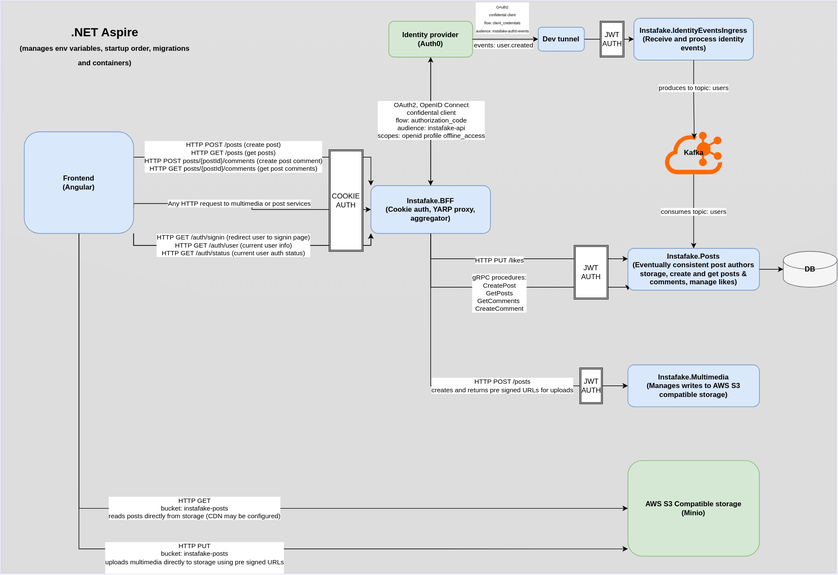
Earlier version of the draw.io export local_dev_architecture.svg (blazkaro/Instafake). Source tidied: cells renumbered, new cells last; positions are measured from the earlier drawing's top-left corner, leaving out a move shared by most shapes.
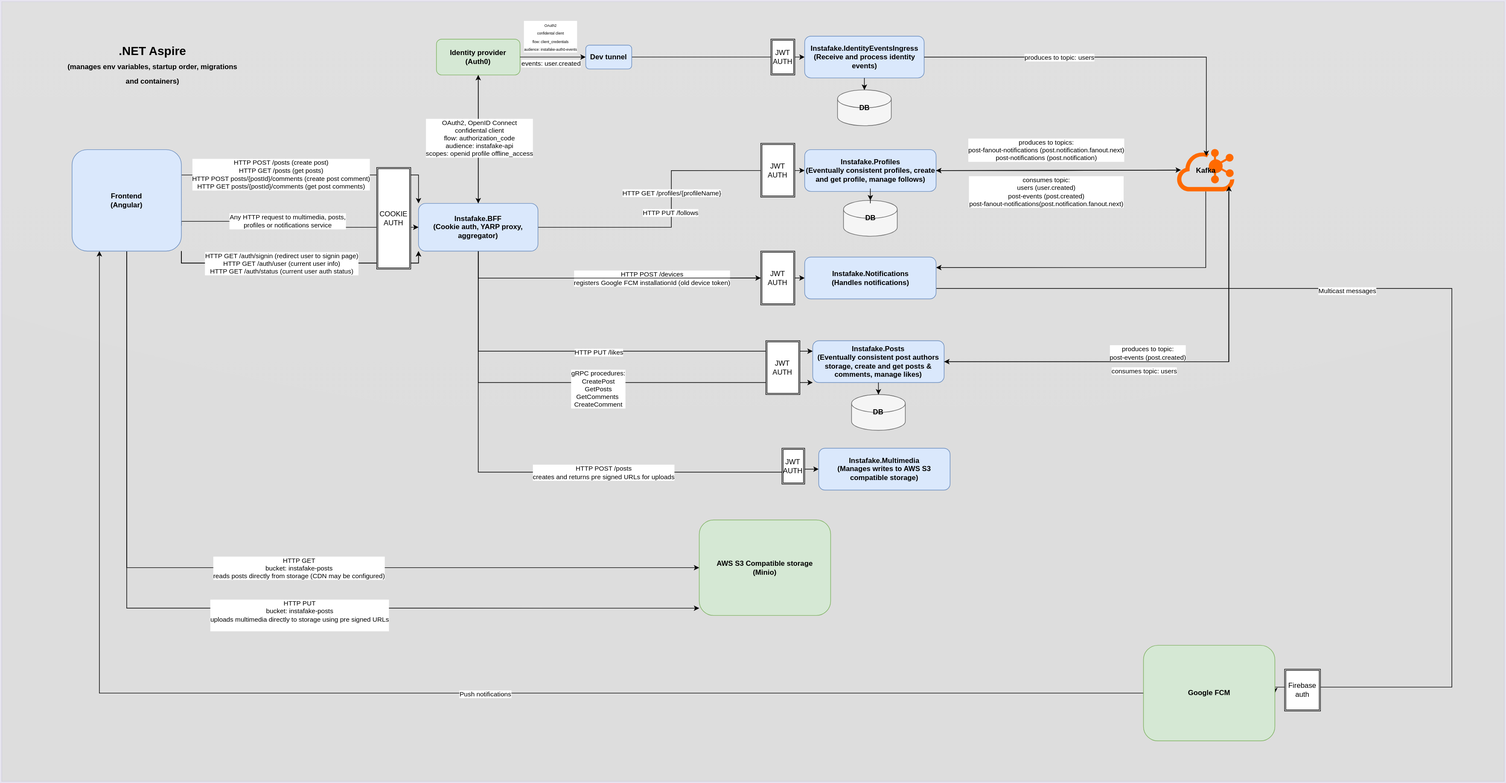
After the change.

What changed in the source:
```diff
@@ -3,7 +3,7 @@
     <mxCell id="0" />
     <mxCell id="1" parent="0" />
     <mxCell id="2" value="&lt;div style=&quot;line-height: 60%;&quot;&gt;&lt;br&gt;&lt;/div&gt;" style="shape=ext;double=1;rounded=0;whiteSpace=wrap;html=1;fillColor=#4D4D4D;fontColor=#ffffff;strokeColor=#3700CC;opacity=10;align=left;textOpacity=90;labelBackgroundColor=none;glass=1;shadow=0;" parent="1" vertex="1">
-      <mxGeometry width="1400" height="960" as="geometry" />
+      <mxGeometry x="-80" y="-30" width="2520" height="1310" as="geometry" />
     </mxCell>
     <mxCell id="3" style="edgeStyle=orthogonalEdgeStyle;rounded=0;jettySize=auto;html=1;entryX=0.5;entryY=1;entryDx=0;entryDy=0;" parent="1" edge="1" source="10" target="14">
       <mxGeometry relative="1" as="geometry" />
@@ -11,13 +11,14 @@
     <mxCell id="4" style="edgeStyle=orthogonalEdgeStyle;rounded=0;jettySize=auto;html=1;entryX=0;entryY=1;entryDx=0;entryDy=0;" parent="1" edge="1" source="10" target="21">
       <mxGeometry relative="1" as="geometry">
         <Array as="points">
-          <mxPoint x="720" y="480" />
+          <mxPoint x="720" y="610" />
+          <mxPoint x="1256" y="610" />
         </Array>
       </mxGeometry>
     </mxCell>
     <mxCell id="5" value="gRPC procedures:&lt;div&gt;CreatePost&lt;div&gt;GetPosts&lt;/div&gt;&lt;div&gt;GetComments&amp;nbsp;&lt;/div&gt;&lt;div&gt;CreateComment&lt;/div&gt;&lt;/div&gt;" style="edgeLabel;html=1;align=center;verticalAlign=middle;" parent="4" vertex="1">
       <mxGeometry x="-0.38" y="-1" relative="1" as="geometry">
-        <mxPoint x="73" y="9" as="offset" />
+        <mxPoint x="179" y="9" as="offset" />
       </mxGeometry>
     </mxCell>
     <mxCell id="6" style="edgeStyle=orthogonalEdgeStyle;rounded=0;jettySize=auto;html=1;exitX=0.5;exitY=1;exitDx=0;exitDy=0;entryX=0;entryY=0.25;entryDx=0;entryDy=0;" parent="1" edge="1" source="10" target="21">
@@ -29,13 +30,34 @@
       </mxGeometry>
     </mxCell>
     <mxCell id="8" style="edgeStyle=orthogonalEdgeStyle;rounded=0;jettySize=auto;html=1;entryX=0;entryY=0.5;entryDx=0;entryDy=0;exitX=0.5;exitY=1;exitDx=0;exitDy=0;" parent="1" edge="1" source="10" target="28">
-      <mxGeometry relative="1" as="geometry" />
+      <mxGeometry relative="1" as="geometry">
+        <Array as="points">
+          <mxPoint x="720" y="760" />
+          <mxPoint x="1256" y="760" />
+        </Array>
+      </mxGeometry>
     </mxCell>
     <mxCell id="9" value="HTTP POST /posts&lt;div&gt;creates and returns pre signed URLs for uploads&lt;/div&gt;" style="edgeLabel;html=1;align=center;verticalAlign=middle;" parent="8" vertex="1">
       <mxGeometry x="0.13" y="2" relative="1" as="geometry">
         <mxPoint x="43" y="2" as="offset" />
       </mxGeometry>
     </mxCell>
+    <mxCell id="47" style="edgeStyle=orthogonalEdgeStyle;rounded=0;jettySize=auto;html=1;entryX=0;entryY=0.5;entryDx=0;entryDy=0;" parent="1" edge="1" source="10" target="55">
+      <mxGeometry relative="1" as="geometry" />
+    </mxCell>
+    <mxCell id="48" value="HTTP GET /profiles/{profileName}" style="edgeLabel;html=1;align=center;verticalAlign=middle;" parent="47" vertex="1">
+      <mxGeometry x="0.04" relative="1" as="geometry" />
+    </mxCell>
+    <mxCell id="49" value="HTTP PUT /follows" style="edgeLabel;html=1;align=center;verticalAlign=middle;" parent="47" vertex="1">
+      <mxGeometry x="-0.08" y="2" relative="1" as="geometry" />
+    </mxCell>
+    <mxCell id="50" style="edgeStyle=orthogonalEdgeStyle;rounded=0;jettySize=auto;html=1;entryX=0;entryY=0.5;entryDx=0;entryDy=0;" parent="1" edge="1" source="72" target="61">
+      <mxGeometry relative="1" as="geometry">
+        <Array as="points">
+          <mxPoint x="720" y="435" />
+        </Array>
+      </mxGeometry>
+    </mxCell>
     <mxCell id="10" value="&lt;b&gt;Instafake.BFF&lt;/b&gt;&lt;div&gt;&lt;b&gt;(Cookie auth, YARP proxy, aggregator)&lt;/b&gt;&lt;/div&gt;" style="rounded=1;whiteSpace=wrap;html=1;fillColor=#dae8fc;strokeColor=#6c8ebf;" parent="1" vertex="1">
       <mxGeometry x="620" y="310" width="200" height="80" as="geometry" />
     </mxCell>
@@ -52,18 +74,28 @@
       <mxGeometry x="650" y="35" width="140" height="60" as="geometry" />
     </mxCell>
     <mxCell id="15" value="&lt;b&gt;Instafake.IdentityEventsIngress&lt;br&gt;(Receive and process identity events)&lt;/b&gt;" style="rounded=1;whiteSpace=wrap;html=1;fillColor=#dae8fc;strokeColor=#6c8ebf;" parent="1" vertex="1">
-      <mxGeometry x="1060" y="30" width="200" height="70" as="geometry" />
+      <mxGeometry x="1266.5" y="30" width="200" height="70" as="geometry" />
     </mxCell>
-    <mxCell id="16" style="edgeStyle=orthogonalEdgeStyle;rounded=0;jettySize=auto;html=1;" parent="1" edge="1" source="18" target="21">
+    <mxCell id="16" style="edgeStyle=orthogonalEdgeStyle;rounded=0;jettySize=auto;html=1;entryX=1;entryY=0.5;entryDx=0;entryDy=0;exitX=0.901;exitY=1.002;exitDx=0;exitDy=0;exitPerimeter=0;" parent="1" edge="1" source="18" target="21">
       <mxGeometry relative="1" as="geometry" />
     </mxCell>
     <mxCell id="17" value="consumes topic: users" style="edgeLabel;html=1;align=center;verticalAlign=middle;" parent="16" vertex="1">
       <mxGeometry x="0.1" y="1" relative="1" as="geometry">
-        <mxPoint x="-1" y="-6" as="offset" />
+        <mxPoint x="-8" y="14" as="offset" />
       </mxGeometry>
     </mxCell>
+    <mxCell id="51" style="edgeStyle=orthogonalEdgeStyle;rounded=0;jettySize=auto;html=1;" parent="1" edge="1" source="18" target="55">
+      <mxGeometry relative="1" as="geometry" />
+    </mxCell>
+    <mxCell id="52" style="edgeStyle=orthogonalEdgeStyle;rounded=0;jettySize=auto;html=1;entryX=1;entryY=0.25;entryDx=0;entryDy=0;" parent="1" edge="1" source="18" target="61">
+      <mxGeometry relative="1" as="geometry">
+        <Array as="points">
+          <mxPoint x="1938" y="418" />
+        </Array>
+      </mxGeometry>
+    </mxCell>
     <mxCell id="18" value="&lt;b&gt;Kafka&lt;/b&gt;" style="points=[];html=1;align=center;shadow=0;dashed=0;fillColor=#FF6A00;strokeColor=none;shape=mxgraph.alibaba_cloud.kafka;" parent="1" vertex="1">
-      <mxGeometry x="1112.1" y="220" width="95.8" height="71" as="geometry" />
+      <mxGeometry x="1890" y="219" width="95.8" height="71" as="geometry" />
     </mxCell>
     <mxCell id="19" style="edgeStyle=orthogonalEdgeStyle;rounded=0;jettySize=auto;html=1;entryX=0.51;entryY=0.163;entryDx=0;entryDy=0;entryPerimeter=0;" parent="1" edge="1" source="15" target="18">
       <mxGeometry relative="1" as="geometry" />
@@ -72,7 +104,7 @@
       <mxGeometry x="-0.29" relative="1" as="geometry" />
     </mxCell>
     <mxCell id="21" value="&lt;b&gt;Instafake.Posts&lt;/b&gt;&lt;div&gt;&lt;b&gt;(Eventually consistent post authors storage, create and get posts &amp;amp; comments, manage likes)&lt;/b&gt;&lt;/div&gt;" style="rounded=1;whiteSpace=wrap;html=1;fillColor=#dae8fc;strokeColor=#6c8ebf;" parent="1" vertex="1">
-      <mxGeometry x="1050" y="415" width="220" height="70" as="geometry" />
+      <mxGeometry x="1280" y="540" width="220" height="70" as="geometry" />
     </mxCell>
     <mxCell id="22" style="edgeStyle=orthogonalEdgeStyle;rounded=0;jettySize=auto;html=1;entryX=0;entryY=0.5;entryDx=0;entryDy=0;" parent="1" edge="1" source="14" target="24">
       <mxGeometry relative="1" as="geometry" />
@@ -86,29 +118,26 @@
       <mxGeometry x="900" y="45" width="77" height="40" as="geometry" />
     </mxCell>
     <mxCell id="25" value="JWT AUTH" style="shape=ext;double=1;rounded=0;whiteSpace=wrap;html=1;" parent="1" vertex="1">
-      <mxGeometry x="960" y="410" width="57" height="90" as="geometry" />
+      <mxGeometry x="1201.5" y="540" width="57" height="90" as="geometry" />
     </mxCell>
     <mxCell id="26" value="&lt;b&gt;DB&lt;/b&gt;" style="shape=cylinder3;whiteSpace=wrap;html=1;fillColor=#f5f5f5;strokeColor=#666666;" parent="1" vertex="1">
-      <mxGeometry x="1310" y="420" width="90" height="60" as="geometry" />
+      <mxGeometry x="1345" y="630" width="90" height="60" as="geometry" />
     </mxCell>
-    <mxCell id="27" style="edgeStyle=orthogonalEdgeStyle;rounded=0;jettySize=auto;html=1;entryX=0;entryY=0.5;entryDx=0;entryDy=0;entryPerimeter=0;" parent="1" edge="1" source="21" target="26">
-      <mxGeometry relative="1" as="geometry" />
-    </mxCell>
     <mxCell id="28" value="&lt;b&gt;Instafake.Multimedia&lt;/b&gt;&lt;div&gt;&lt;b&gt;(Manages writes to AWS S3 compatible storage)&lt;/b&gt;&lt;/div&gt;" style="rounded=1;whiteSpace=wrap;html=1;fillColor=#dae8fc;strokeColor=#6c8ebf;" parent="1" vertex="1">
-      <mxGeometry x="1050" y="610" width="220" height="70" as="geometry" />
+      <mxGeometry x="1290" y="720" width="220" height="70" as="geometry" />
     </mxCell>
     <mxCell id="29" value="JWT AUTH" style="shape=ext;double=1;rounded=0;whiteSpace=wrap;html=1;" parent="1" vertex="1">
-      <mxGeometry x="969.5" y="615" width="38" height="60" as="geometry" />
+      <mxGeometry x="1228.5" y="720" width="38" height="60" as="geometry" />
     </mxCell>
     <mxCell id="30" value="&lt;b&gt;AWS S3 Compatible storage&lt;/b&gt;&lt;div&gt;&lt;b&gt;(Minio)&lt;/b&gt;&lt;/div&gt;" style="rounded=1;whiteSpace=wrap;html=1;fillColor=#D5E8D4;strokeColor=#82B366;" parent="1" vertex="1">
-      <mxGeometry x="1050" y="770" width="220" height="160" as="geometry" />
+      <mxGeometry x="1090" y="840" width="220" height="160" as="geometry" />
     </mxCell>
     <mxCell id="31" style="edgeStyle=orthogonalEdgeStyle;rounded=0;jettySize=auto;html=1;entryX=0;entryY=0.924;entryDx=0;entryDy=0;exitX=0.5;exitY=1;exitDx=0;exitDy=0;entryPerimeter=0;" parent="1" edge="1" source="42" target="30">
       <mxGeometry relative="1" as="geometry" />
     </mxCell>
     <mxCell id="32" value="HTTP PUT&lt;br&gt;bucket: instafake-posts&lt;div&gt;uploads multimedia directly to storage using pre signed URLs&lt;br&gt;&lt;br&gt;&lt;/div&gt;" style="edgeLabel;html=1;align=center;verticalAlign=middle;" parent="31" vertex="1">
       <mxGeometry x="-0.11" y="-1" relative="1" as="geometry">
-        <mxPoint x="78" y="14" as="offset" />
+        <mxPoint x="195" y="11" as="offset" />
       </mxGeometry>
     </mxCell>
     <mxCell id="33" style="edgeStyle=orthogonalEdgeStyle;rounded=0;jettySize=auto;html=1;entryX=0;entryY=0.5;entryDx=0;entryDy=0;exitX=0.5;exitY=1;exitDx=0;exitDy=0;" parent="1" edge="1" source="42" target="30">
@@ -116,7 +145,7 @@
     </mxCell>
     <mxCell id="34" value="HTTP GET&lt;br&gt;bucket: instafake-posts&lt;br&gt;reads posts directly from storage (CDN may be configured)" style="edgeLabel;html=1;align=center;verticalAlign=middle;" parent="33" vertex="1">
       <mxGeometry x="-0.11" y="2" relative="1" as="geometry">
-        <mxPoint x="40" y="2" as="offset" />
+        <mxPoint x="156" y="2" as="offset" />
       </mxGeometry>
     </mxCell>
     <mxCell id="35" style="edgeStyle=orthogonalEdgeStyle;rounded=0;jettySize=auto;html=1;entryX=0;entryY=1;entryDx=0;entryDy=0;exitX=1;exitY=1;exitDx=0;exitDy=0;" parent="1" edge="1" source="42" target="10">
@@ -147,7 +176,7 @@
         </Array>
       </mxGeometry>
     </mxCell>
-    <mxCell id="41" value="Any HTTP request to multimedia or post services" style="edgeLabel;html=1;align=center;verticalAlign=middle;" parent="40" vertex="1">
+    <mxCell id="41" value="Any HTTP request to multimedia, posts, &lt;br&gt;profiles or notifications service" style="edgeLabel;html=1;align=center;verticalAlign=middle;" parent="40" vertex="1">
       <mxGeometry x="0.03" y="2" relative="1" as="geometry">
         <mxPoint x="-23" y="-9" as="offset" />
       </mxGeometry>
@@ -162,10 +191,90 @@
       <mxGeometry x="20" y="15" width="310" height="125" as="geometry" />
     </mxCell>
     <mxCell id="45" value="JWT AUTH" style="shape=ext;double=1;rounded=0;whiteSpace=wrap;html=1;" parent="1" vertex="1">
-      <mxGeometry x="1003.5" y="35" width="40" height="60" as="geometry" />
+      <mxGeometry x="1210" y="35" width="40" height="60" as="geometry" />
     </mxCell>
     <mxCell id="46" value="&lt;font style=&quot;font-size: 6px;&quot;&gt;OAuth2&lt;/font&gt;&lt;div&gt;&lt;font style=&quot;font-size: 6px;&quot;&gt;confidental client&lt;br&gt;&lt;/font&gt;&lt;div&gt;&lt;font style=&quot;font-size: 6px;&quot;&gt;flow: client_credentials&lt;br&gt;&lt;/font&gt;&lt;/div&gt;&lt;/div&gt;&lt;div&gt;&lt;font style=&quot;font-size: 6px;&quot;&gt;audience: instafake-auth0-events&lt;/font&gt;&lt;/div&gt;" style="edgeLabel;html=1;align=center;verticalAlign=middle;" parent="1" vertex="1">
       <mxGeometry x="840" y="30" as="geometry" />
     </mxCell>
+    <mxCell id="53" value="produces to topics: &lt;br&gt;post-fanout-notifications (post.notification.fanout.next)&lt;br&gt;post-notifications (post.notification)" style="edgeLabel;html=1;align=center;verticalAlign=middle;" parent="1" vertex="1">
+      <mxGeometry x="1670" y="220" as="geometry" />
+    </mxCell>
+    <mxCell id="54" value="consumes topic:&lt;br&gt;users (user.created)&lt;br&gt;post-events (post.created)&lt;br&gt;post-fanout-notifications(post.notification.fanout.next)" style="edgeLabel;html=1;align=center;verticalAlign=middle;" parent="1" vertex="1">
+      <mxGeometry x="1670" y="290" as="geometry" />
+    </mxCell>
+    <mxCell id="55" value="&lt;b&gt;Instafake.Profiles&lt;/b&gt;&lt;div&gt;&lt;b&gt;(Eventually consistent profiles, create and get profile, manage follows)&lt;/b&gt;&lt;/div&gt;" style="rounded=1;whiteSpace=wrap;html=1;fillColor=#dae8fc;strokeColor=#6c8ebf;" parent="1" vertex="1">
+      <mxGeometry x="1266.5" y="220" width="220" height="70" as="geometry" />
+    </mxCell>
+    <mxCell id="56" style="edgeStyle=orthogonalEdgeStyle;rounded=0;jettySize=auto;html=1;entryX=0.068;entryY=0.495;entryDx=0;entryDy=0;entryPerimeter=0;" parent="1" edge="1" source="55" target="18">
+      <mxGeometry relative="1" as="geometry" />
+    </mxCell>
+    <mxCell id="57" value="&lt;b&gt;DB&lt;/b&gt;" style="shape=cylinder3;whiteSpace=wrap;html=1;fillColor=#f5f5f5;strokeColor=#666666;" parent="1" vertex="1">
+      <mxGeometry x="1331.5" y="305" width="90" height="60" as="geometry" />
+    </mxCell>
+    <mxCell id="58" style="edgeStyle=orthogonalEdgeStyle;rounded=0;jettySize=auto;html=1;entryX=0.5;entryY=0;entryDx=0;entryDy=0;entryPerimeter=0;" parent="1" edge="1" source="55" target="57">
+      <mxGeometry relative="1" as="geometry" />
+    </mxCell>
+    <mxCell id="27" style="edgeStyle=orthogonalEdgeStyle;rounded=0;jettySize=auto;html=1;entryX=0.5;entryY=0;entryDx=0;entryDy=0;entryPerimeter=0;" parent="1" edge="1" source="21" target="26">
+      <mxGeometry relative="1" as="geometry" />
+    </mxCell>
+    <mxCell id="59" style="edgeStyle=orthogonalEdgeStyle;rounded=0;jettySize=auto;html=1;entryX=1;entryY=0.5;entryDx=0;entryDy=0;exitX=1;exitY=0.75;exitDx=0;exitDy=0;" parent="1" edge="1" source="61" target="66">
+      <mxGeometry relative="1" as="geometry">
+        <Array as="points">
+          <mxPoint x="2350" y="453" />
+          <mxPoint x="2350" y="1120" />
+          <mxPoint x="2054" y="1120" />
+        </Array>
+      </mxGeometry>
+    </mxCell>
+    <mxCell id="60" value="Multicast messages" style="edgeLabel;html=1;align=center;verticalAlign=middle;" parent="59" vertex="1">
+      <mxGeometry x="-0.25" y="-4" relative="1" as="geometry" />
+    </mxCell>
+    <mxCell id="61" value="&lt;b&gt;Instafake.Notifications&lt;/b&gt;&lt;div&gt;&lt;b&gt;(Handles notifications)&lt;/b&gt;&lt;/div&gt;" style="rounded=1;whiteSpace=wrap;html=1;fillColor=#dae8fc;strokeColor=#6c8ebf;" parent="1" vertex="1">
+      <mxGeometry x="1266.5" y="400" width="220" height="70" as="geometry" />
+    </mxCell>
+    <mxCell id="62" value="&lt;b&gt;DB&lt;/b&gt;" style="shape=cylinder3;whiteSpace=wrap;html=1;fillColor=#f5f5f5;strokeColor=#666666;" parent="1" vertex="1">
+      <mxGeometry x="1321.5" y="120" width="90" height="60" as="geometry" />
+    </mxCell>
+    <mxCell id="63" style="edgeStyle=orthogonalEdgeStyle;rounded=0;jettySize=auto;html=1;entryX=0.5;entryY=0;entryDx=0;entryDy=0;entryPerimeter=0;" parent="1" edge="1" source="15" target="62">
+      <mxGeometry relative="1" as="geometry" />
+    </mxCell>
+    <mxCell id="64" style="edgeStyle=orthogonalEdgeStyle;rounded=0;jettySize=auto;html=1;entryX=0.25;entryY=1;entryDx=0;entryDy=0;" parent="1" edge="1" source="66" target="42">
+      <mxGeometry relative="1" as="geometry" />
+    </mxCell>
+    <mxCell id="65" value="Push notifications" style="edgeLabel;html=1;align=center;verticalAlign=middle;" parent="64" vertex="1">
+      <mxGeometry x="-0.11" y="1" relative="1" as="geometry">
+        <mxPoint x="1" as="offset" />
+      </mxGeometry>
+    </mxCell>
+    <mxCell id="66" value="&lt;b&gt;Google FCM&lt;/b&gt;" style="rounded=1;whiteSpace=wrap;html=1;fillColor=#D5E8D4;strokeColor=#82B366;" parent="1" vertex="1">
+      <mxGeometry x="1833.7" y="1050" width="220" height="160" as="geometry" />
+    </mxCell>
+    <mxCell id="67" value="Firebase auth" style="shape=ext;double=1;rounded=0;whiteSpace=wrap;html=1;" parent="1" vertex="1">
+      <mxGeometry x="2070" y="1090" width="60" height="70" as="geometry" />
+    </mxCell>
+    <mxCell id="68" value="HTTP POST /devices&lt;br&gt;registers Google FCM installationId (old device token)" style="edgeLabel;html=1;align=center;verticalAlign=middle;" parent="1" vertex="1">
+      <mxGeometry x="1010" y="435" as="geometry" />
+    </mxCell>
+    <mxCell id="69" style="edgeStyle=orthogonalEdgeStyle;rounded=0;jettySize=auto;html=1;entryX=0.906;entryY=0.873;entryDx=0;entryDy=0;entryPerimeter=0;" parent="1" edge="1" source="21" target="18">
+      <mxGeometry relative="1" as="geometry" />
+    </mxCell>
+    <mxCell id="70" value="produces to topic:&lt;br&gt;post-events (post.created)" style="edgeLabel;html=1;align=center;verticalAlign=middle;" parent="69" vertex="1">
+      <mxGeometry x="-0.42" y="-3" relative="1" as="geometry">
+        <mxPoint x="116" y="-18" as="offset" />
+      </mxGeometry>
+    </mxCell>
+    <mxCell id="71" style="edgeStyle=orthogonalEdgeStyle;rounded=0;jettySize=auto;html=1;entryX=0;entryY=0.5;entryDx=0;entryDy=0;" parent="1" edge="1" source="10" target="72">
+      <mxGeometry relative="1" as="geometry">
+        <Array as="points">
+          <mxPoint x="720" y="435" />
+        </Array>
+      </mxGeometry>
+    </mxCell>
+    <mxCell id="72" value="JWT AUTH" style="shape=ext;double=1;rounded=0;whiteSpace=wrap;html=1;" parent="1" vertex="1">
+      <mxGeometry x="1193" y="390" width="57" height="90" as="geometry" />
+    </mxCell>
+    <mxCell id="73" value="JWT AUTH" style="shape=ext;double=1;rounded=0;whiteSpace=wrap;html=1;" parent="1" vertex="1">
+      <mxGeometry x="1193" y="209.5" width="57" height="90" as="geometry" />
+    </mxCell>
   </root>
 </mxGraphModel>
```
